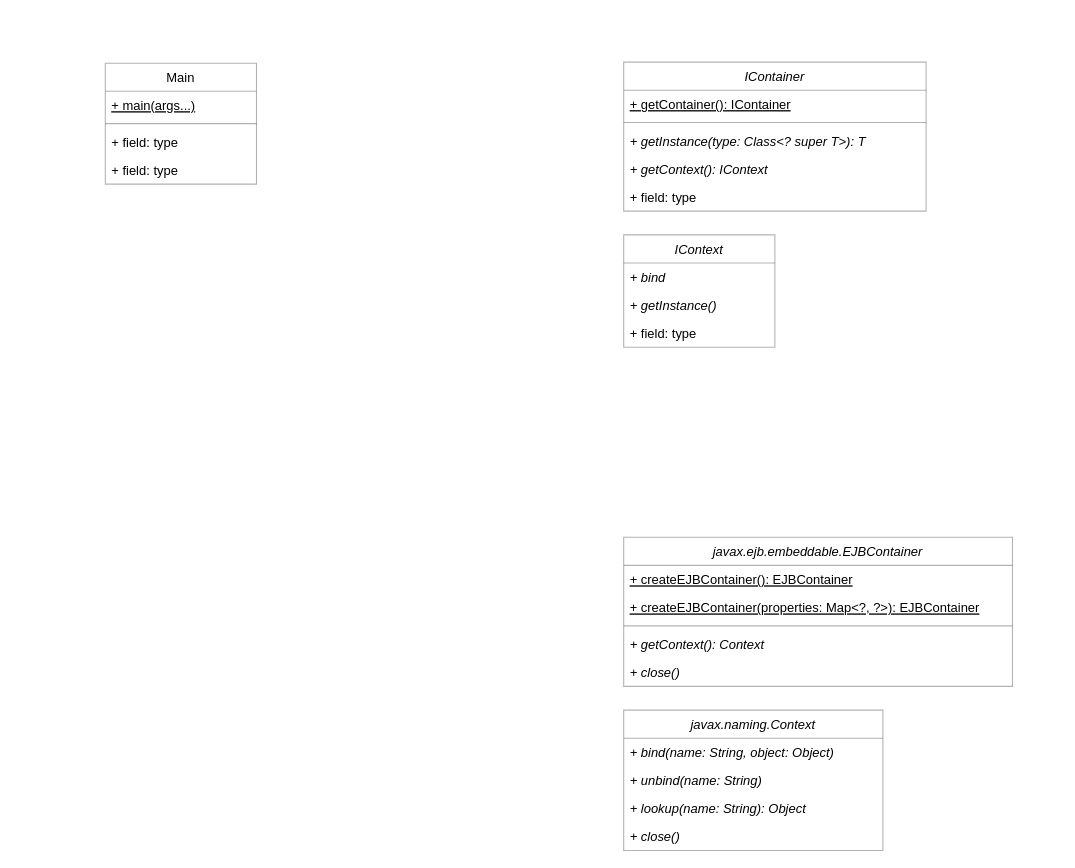
Above: page "Tiny vs EJB" (8 of 9) of docs/container.drawio in js-lib-com/tiny-container (draw.io), before the change. Source tidied: cells renumbered, new cells numbered last; positions are measured from the earlier drawing's top-left corner, leaving out a move shared by most shapes. Both pictures are drawn from the tidied source at 108%, with x=0, y=0 at pixel (105, 62).
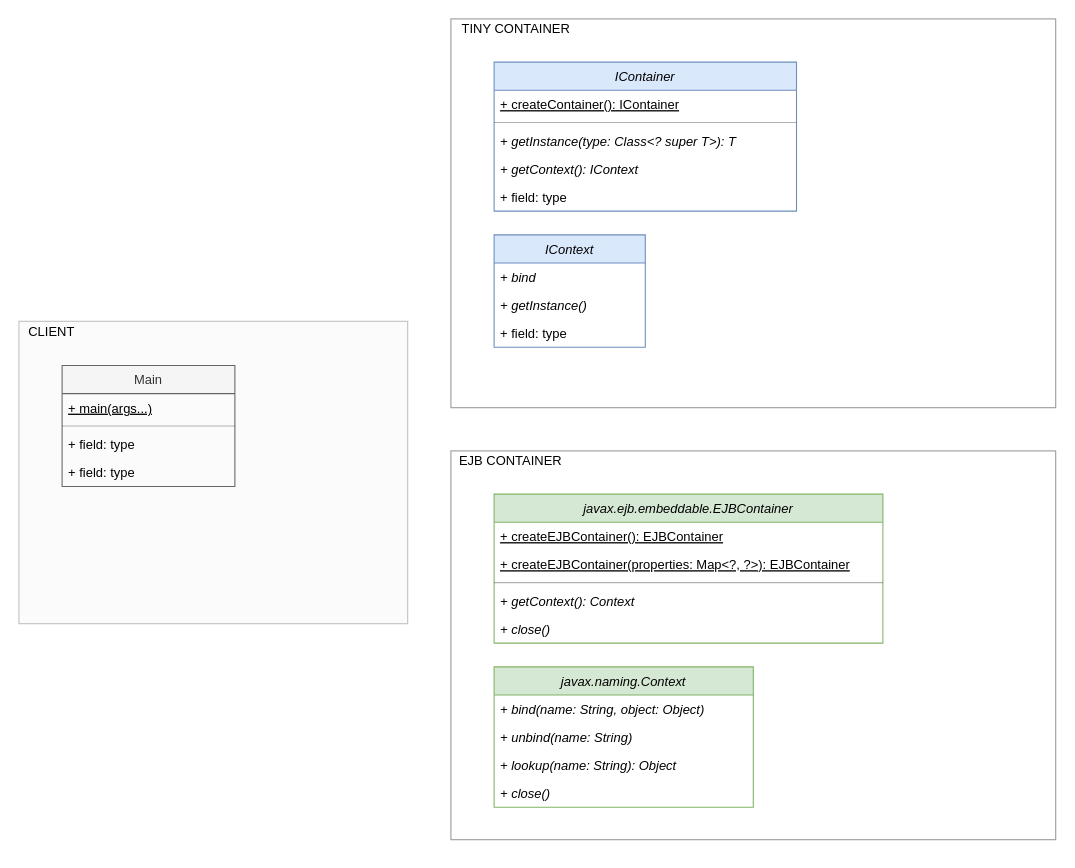
After the change.

What changed in the source:
```diff
@@
+    <mxCell id="28" style="rounded=0;whiteSpace=wrap;html=1;opacity=40;" parent="1" vertex="1">
+      <mxGeometry x="320" y="360" width="560" height="360" as="geometry" />
+    </mxCell>
+    <mxCell id="29" style="rounded=0;whiteSpace=wrap;html=1;opacity=40;" parent="1" vertex="1">
+      <mxGeometry x="320" y="-40" width="560" height="360" as="geometry" />
+    </mxCell>
+    <mxCell id="30" style="rounded=0;whiteSpace=wrap;html=1;opacity=40;fillColor=#f5f5f5;strokeColor=#666666;fontColor=#333333;" parent="1" vertex="1">
+      <mxGeometry x="-80" y="240" width="360" height="280" as="geometry" />
+    </mxCell>
-    <mxCell id="2" value="IContainer" style="swimlane;fontStyle=2;horizontal=1;startSize=26;fillColor=none;opacity=30;" parent="1" vertex="1">
-      <mxGeometry x="480" width="280" height="138" as="geometry" />
+    <mxCell id="2" value="IContainer" style="swimlane;fontStyle=2;horizontal=1;startSize=26;fillColor=#dae8fc;strokeColor=#6c8ebf;" parent="1" vertex="1">
+      <mxGeometry x="360" width="280" height="138" as="geometry" />
     </mxCell>
-    <mxCell id="3" value="+ getContainer(): IContainer" style="text;strokeColor=none;fillColor=none;align=left;verticalAlign=top;spacingLeft=4;spacingRight=4;overflow=hidden;fontStyle=4;" parent="2" vertex="1">
+    <mxCell id="3" value="+ createContainer(): IContainer" style="text;strokeColor=none;fillColor=none;align=left;verticalAlign=top;spacingLeft=4;spacingRight=4;overflow=hidden;fontStyle=4;" parent="2" vertex="1">
       <mxGeometry y="26" width="280" height="26" as="geometry" />
     </mxCell>
@@
-    <mxCell id="8" value="Main" style="swimlane;fontStyle=0;horizontal=1;startSize=26;fillColor=none;opacity=30;" parent="1" vertex="1">
-      <mxGeometry y="1" width="140" height="112" as="geometry" />
+    <mxCell id="8" value="Main" style="swimlane;fontStyle=0;horizontal=1;startSize=26;fillColor=#f5f5f5;strokeColor=#666666;fontColor=#333333;" parent="1" vertex="1">
+      <mxGeometry x="-40" y="281" width="160" height="112" as="geometry" />
     </mxCell>
     <mxCell id="9" value="+ main(args...)" style="text;strokeColor=none;fillColor=none;align=left;verticalAlign=top;spacingLeft=4;spacingRight=4;overflow=hidden;fontStyle=4;" parent="8" vertex="1">
-      <mxGeometry y="26" width="140" height="26" as="geometry" />
+      <mxGeometry y="26" width="160" height="26" as="geometry" />
     </mxCell>
     <mxCell id="10" style="line;strokeWidth=1;fillColor=none;align=left;verticalAlign=middle;spacingTop=-1;spacingLeft=3;spacingRight=3;labelPosition=right;opacity=30;" parent="8" vertex="1">
-      <mxGeometry y="52" width="140" height="8" as="geometry" />
+      <mxGeometry y="52" width="160" height="8" as="geometry" />
     </mxCell>
     <mxCell id="11" value="+ field: type" style="text;strokeColor=none;fillColor=none;align=left;verticalAlign=top;spacingLeft=4;spacingRight=4;overflow=hidden;" parent="8" vertex="1">
-      <mxGeometry y="60" width="140" height="26" as="geometry" />
+      <mxGeometry y="60" width="160" height="26" as="geometry" />
     </mxCell>
     <mxCell id="12" value="+ field: type" style="text;strokeColor=none;fillColor=none;align=left;verticalAlign=top;spacingLeft=4;spacingRight=4;overflow=hidden;" parent="8" vertex="1">
-      <mxGeometry y="86" width="140" height="26" as="geometry" />
+      <mxGeometry y="86" width="160" height="26" as="geometry" />
     </mxCell>
-    <mxCell id="13" value="javax.ejb.embeddable.EJBContainer" style="swimlane;fontStyle=2;horizontal=1;startSize=26;fillColor=none;opacity=30;" parent="1" vertex="1">
-      <mxGeometry x="480" y="440" width="360" height="138" as="geometry" />
+    <mxCell id="13" value="javax.ejb.embeddable.EJBContainer" style="swimlane;fontStyle=2;horizontal=1;startSize=26;fillColor=#d5e8d4;strokeColor=#82b366;" parent="1" vertex="1">
+      <mxGeometry x="360" y="400" width="360" height="138" as="geometry" />
     </mxCell>
@@
-    <mxCell id="19" value="javax.naming.Context" style="swimlane;fontStyle=2;horizontal=1;startSize=26;fillColor=none;opacity=30;" parent="1" vertex="1">
-      <mxGeometry x="480" y="600" width="240" height="130" as="geometry" />
+    <mxCell id="19" value="javax.naming.Context" style="swimlane;fontStyle=2;horizontal=1;startSize=26;fillColor=#d5e8d4;strokeColor=#82b366;" parent="1" vertex="1">
+      <mxGeometry x="360" y="560" width="240" height="130" as="geometry" />
     </mxCell>
@@
-    <mxCell id="24" value="IContext" style="swimlane;fontStyle=2;horizontal=1;startSize=26;fillColor=none;opacity=30;" parent="1" vertex="1">
-      <mxGeometry x="480" y="160" width="140" height="104" as="geometry" />
+    <mxCell id="24" value="IContext" style="swimlane;fontStyle=2;horizontal=1;startSize=26;fillColor=#dae8fc;strokeColor=#6c8ebf;" parent="1" vertex="1">
+      <mxGeometry x="360" y="160" width="140" height="104" as="geometry" />
     </mxCell>
@@
+    <mxCell id="31" value="CLIENT" style="text;html=1;align=center;verticalAlign=middle;strokeColor=none;fillColor=none;" parent="1" vertex="1">
+      <mxGeometry x="-80" y="240" width="60" height="20" as="geometry" />
+    </mxCell>
+    <mxCell id="32" value="TINY CONTAINER" style="text;html=1;align=center;verticalAlign=middle;strokeColor=none;fillColor=none;" parent="1" vertex="1">
+      <mxGeometry x="320" y="-40" width="120" height="20" as="geometry" />
+    </mxCell>
+    <mxCell id="33" value="EJB CONTAINER" style="text;html=1;align=center;verticalAlign=middle;strokeColor=none;fillColor=none;" parent="1" vertex="1">
+      <mxGeometry x="320" y="360" width="110" height="20" as="geometry" />
+    </mxCell>
```
